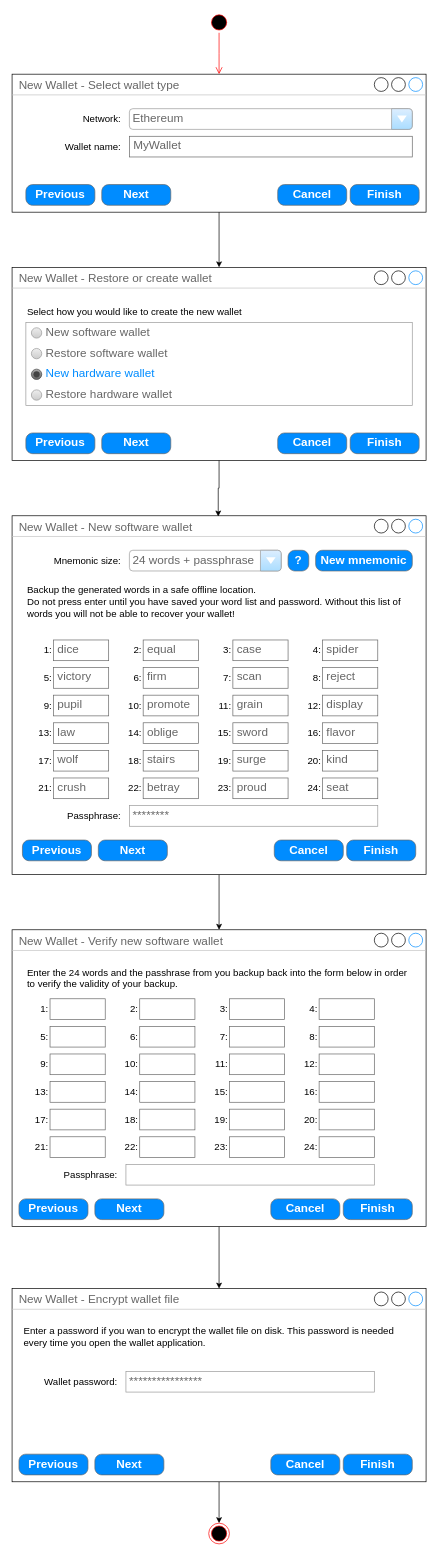
This is docs/ui design/New Wallet Wizard.drawio from SolsticeWallet/solstice, a draw.io file, before an edit. Source tidied: cells renumbered, new cells numbered last; positions are measured from the earlier drawing's top-left corner, leaving out a move shared by most shapes. Both pictures are drawn from the tidied source at 69%, with x=0, y=0 at pixel (12, 12).
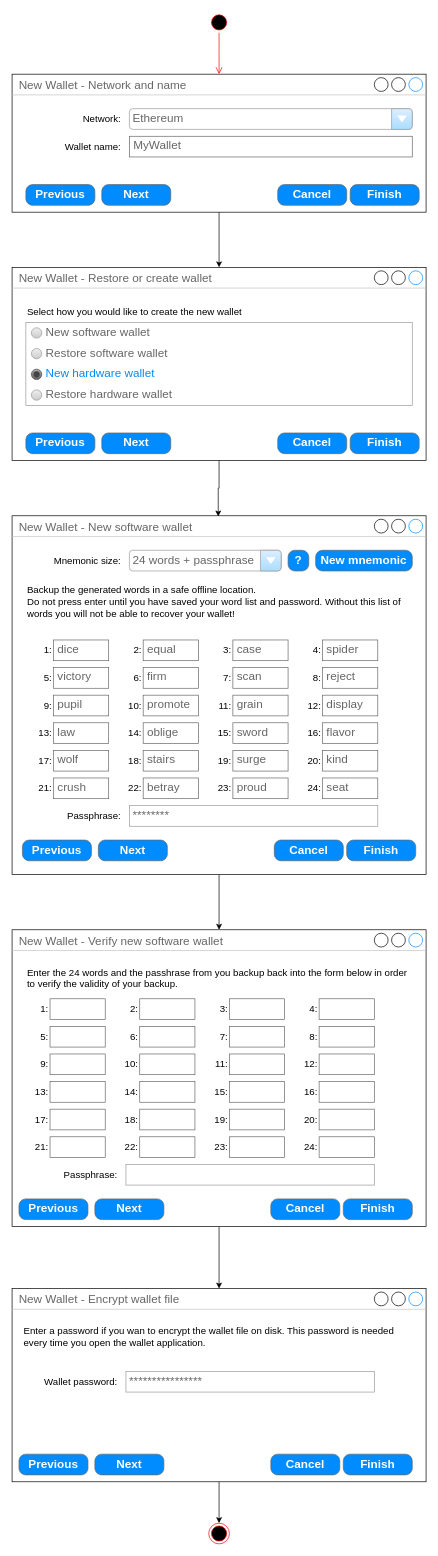
After the change.

Diff of the diagram source:
```diff
@@
-    <mxCell id="2" value="New Wallet - Select wallet type" style="strokeWidth=1;shadow=0;dashed=0;align=center;html=1;shape=mxgraph.mockup.containers.window;align=left;verticalAlign=top;spacingLeft=8;strokeColor2=#008cff;strokeColor3=#c4c4c4;fontColor=#666666;mainText=;fontSize=17;labelBackgroundColor=none;whiteSpace=wrap;" parent="1" vertex="1">
+    <mxCell id="2" value="New Wallet - Network and name" style="strokeWidth=1;shadow=0;dashed=0;align=center;html=1;shape=mxgraph.mockup.containers.window;align=left;verticalAlign=top;spacingLeft=8;strokeColor2=#008cff;strokeColor3=#c4c4c4;fontColor=#666666;mainText=;fontSize=17;labelBackgroundColor=none;whiteSpace=wrap;" parent="1" vertex="1">
       <mxGeometry y="90" width="600" height="200" as="geometry" />
     </mxCell>
```
